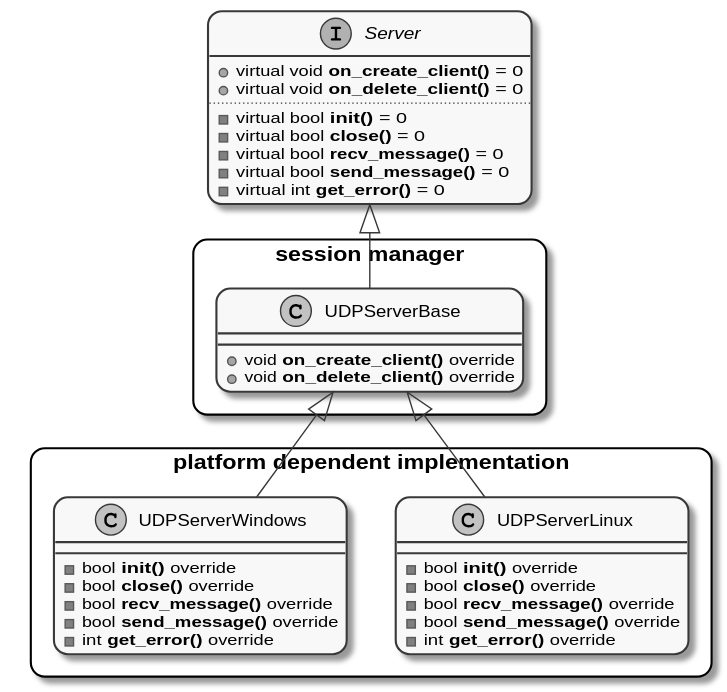
Earlier version of the PlantUML export docs/images/agent_transport_architecture.svg (eProsima/Micro-XRCE-DDS-docs).
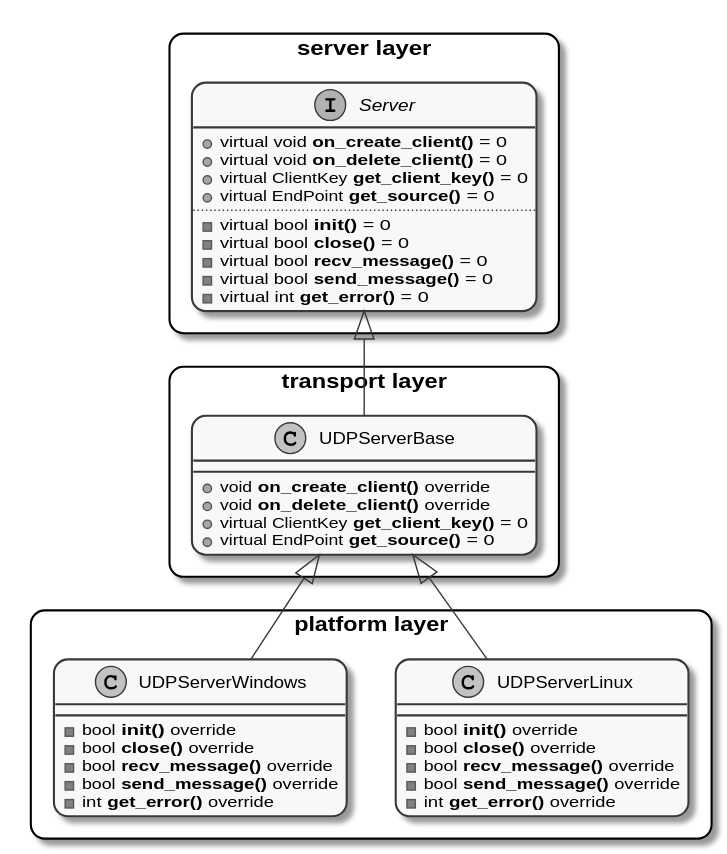
Later version of the same file.

Commit message:
Refs #4169. Finish transport docs.

Diff of the diagram source:
```diff
@@ -2,9 +2,15 @@
 skinparam roundcorner 20
 skinparam monochrome true
 
+package "server layer" <<Rectangle>> {
+    class Server
+}
+
 interface Server {
     +virtual void <b>on_create_client()</b> = 0
     +virtual void <b>on_delete_client()</b> = 0
+    +virtual ClientKey <b>get_client_key()</b> = 0
+    +virtual EndPoint <b>get_source()</b> = 0
     ....
     -virtual bool <b>init()</b> = 0
     -virtual bool <b>close()</b> = 0
@@ -13,16 +19,18 @@
     -virtual int <b>get_error()</b> = 0
 }
 
-package "session manager" <<Rectangle>> {
+package "transport layer" <<Rectangle>> {
     class UDPServerBase
 }
 
 class UDPServerBase {
     +void <b>on_create_client()</b> override
     +void <b>on_delete_client()</b> override
+    +virtual ClientKey <b>get_client_key()</b> = 0
+    +virtual EndPoint <b>get_source()</b> = 0
 }
 
-package "platform dependent implementation" <<Rectangle>> {
+package "platform layer" <<Rectangle>> {
     class UDPServerLinux
     class UDPServerWindows
 }
```
